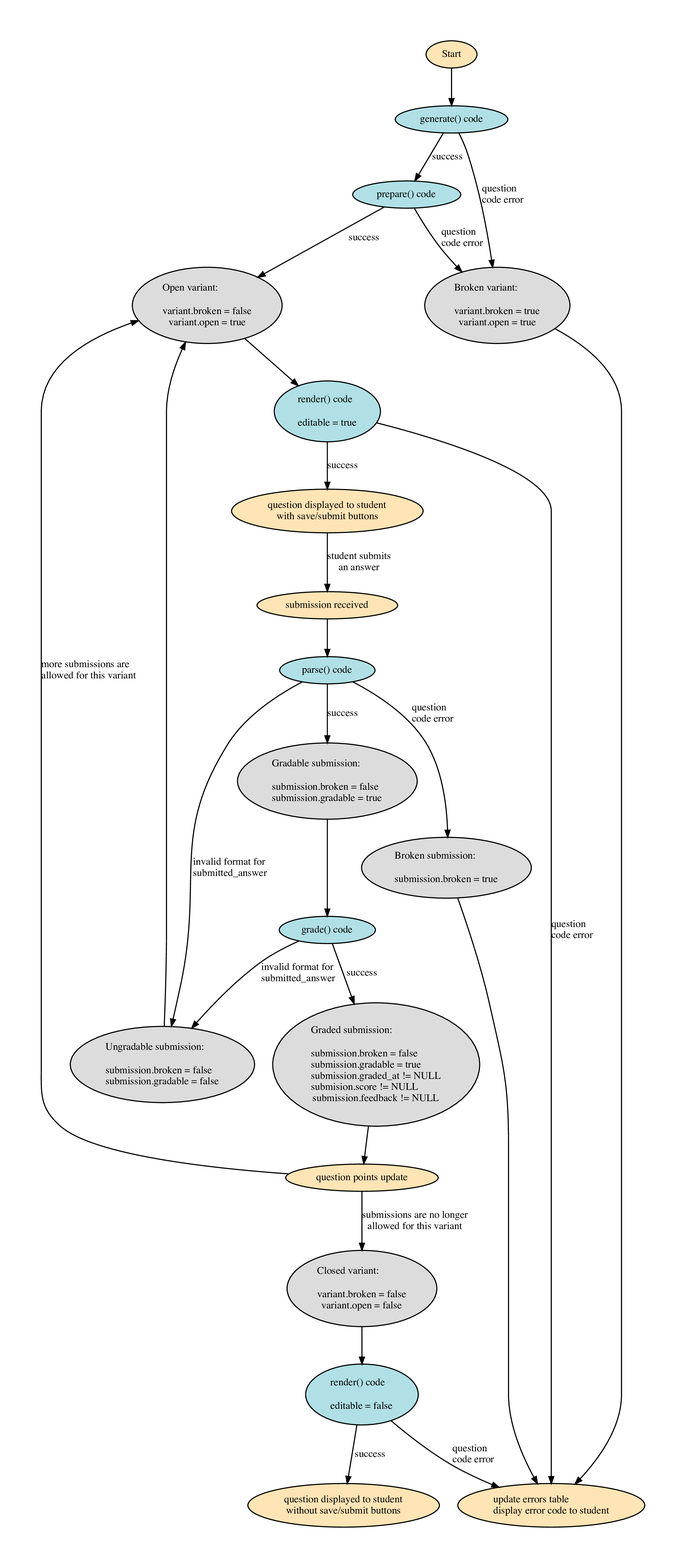
The Graphviz diagram doc/question-flow.png in PrairieLearn/PrairieLearn, before a commit. Its source is kept beside it as doc/question-flow.gv. The source it was exported from:
```dot
digraph question_flow {

    direction=TB;

    node [fontsize = 10, height = 0.3, width = 0.5];
    edge [fontsize = 10, arrowsize = 0.7];

    node [style=filled, fillcolor=moccasin];

    start [label="Start"];
    display_broken [label="update errors table\ldisplay error code to student"];
    display_editable [label="question displayed to student\lwith save/submit buttons"];
    display_uneditable [label="question displayed to student\lwithout save/submit buttons"];
    submission_received [label="submission received"];
    question_update [label="question points update"];

    node [style=filled, fillcolor=powderblue];

    generating [label="generate() code"];
    preparing [label="prepare() code"];
    rendering_editable [label="render() code\l\leditable = true"];
    rendering_uneditable [label="render() code\l\leditable = false"];
    parsing [label="parse() code"];
    grading [label="grade() code"];

    node [style=filled, fillcolor=gainsboro];

    broken_variant [label="Broken variant:\l\lvariant.broken = true\lvariant.open = true"];
    open_variant [label="Open variant:\l\lvariant.broken = false\lvariant.open = true"];
    closed_variant [label="Closed variant:\l\lvariant.broken = false\lvariant.open = false"];
    broken_submission [label="Broken submission:\l\lsubmission.broken = true"];
    ungradable_submission [label="Ungradable submission:\l\lsubmission.broken = false\lsubmission.gradable = false"];
    gradable_submission [label="Gradable submission:\l\lsubmission.broken = false\lsubmission.gradable = true"];
    graded_submission [label="Graded submission:\l\lsubmission.broken = false\lsubmission.gradable = true\lsubmission.graded_at != NULL\lsubmision.score != NULL\lsubmission.feedback != NULL"];

    start -> generating;
    generating -> broken_variant [label="question\lcode error"];
    generating -> preparing [label="success"];
    preparing -> broken_variant [label="question\lcode error"];
    preparing -> open_variant [label="success"];
    broken_variant -> display_broken;
    open_variant -> rendering_editable;
    rendering_editable -> display_broken [label="question\lcode error"];
    rendering_editable -> display_editable [label="success"];
    display_editable -> submission_received [label="student submits\lan answer"];
    submission_received -> parsing;
    parsing -> broken_submission [label="question\lcode error"];
    broken_submission -> display_broken;
    parsing -> ungradable_submission [label="invalid format for\lsubmitted_answer"];
    parsing -> gradable_submission [label="success"];
    ungradable_submission -> open_variant;
    gradable_submission -> grading;
    grading -> ungradable_submission [label="invalid format for\lsubmitted_answer"];
    grading -> graded_submission [label="success"];
    graded_submission -> question_update;
    question_update -> open_variant [label="more submissions are\lallowed for this variant"];
    question_update -> closed_variant [label="submissions are no longer\lallowed for this variant"];
    closed_variant -> rendering_uneditable;
    rendering_uneditable -> display_broken [label="question\lcode error"];
    rendering_uneditable -> display_uneditable [label="success"];
}
```
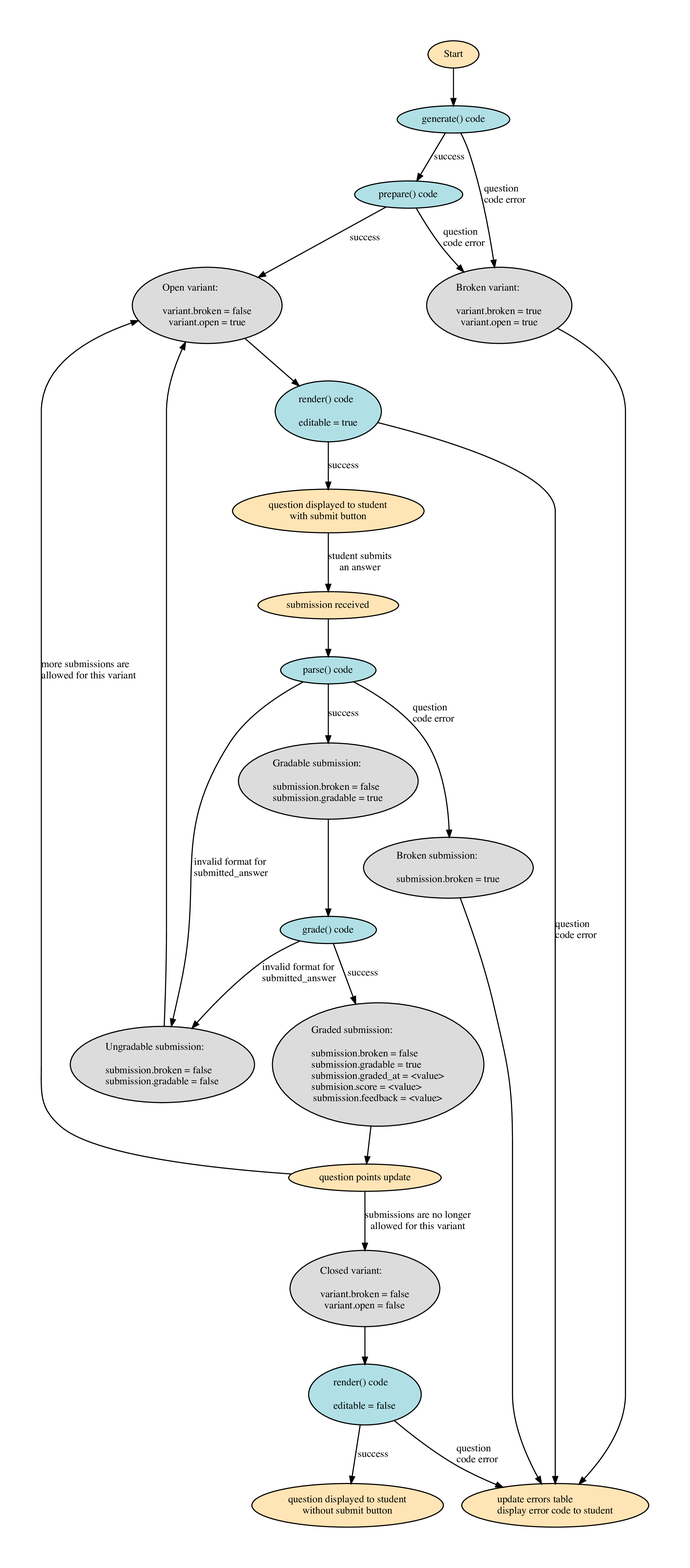
The same file after the commit.

The edit, as a diff of the source:
```diff
@@ -9,8 +9,8 @@
 
     start [label="Start"];
     display_broken [label="update errors table\ldisplay error code to student"];
-    display_editable [label="question displayed to student\lwith save/submit buttons"];
-    display_uneditable [label="question displayed to student\lwithout save/submit buttons"];
+    display_editable [label="question displayed to student\lwith submit button"];
+    display_uneditable [label="question displayed to student\lwithout submit button"];
     submission_received [label="submission received"];
     question_update [label="question points update"];
 
@@ -31,7 +31,7 @@
     broken_submission [label="Broken submission:\l\lsubmission.broken = true"];
     ungradable_submission [label="Ungradable submission:\l\lsubmission.broken = false\lsubmission.gradable = false"];
     gradable_submission [label="Gradable submission:\l\lsubmission.broken = false\lsubmission.gradable = true"];
-    graded_submission [label="Graded submission:\l\lsubmission.broken = false\lsubmission.gradable = true\lsubmission.graded_at != NULL\lsubmision.score != NULL\lsubmission.feedback != NULL"];
+    graded_submission [label="Graded submission:\l\lsubmission.broken = false\lsubmission.gradable = true\lsubmission.graded_at = <value>\lsubmision.score = <value>\lsubmission.feedback = <value>"];
 
     start -> generating;
     generating -> broken_variant [label="question\lcode error"];
```
